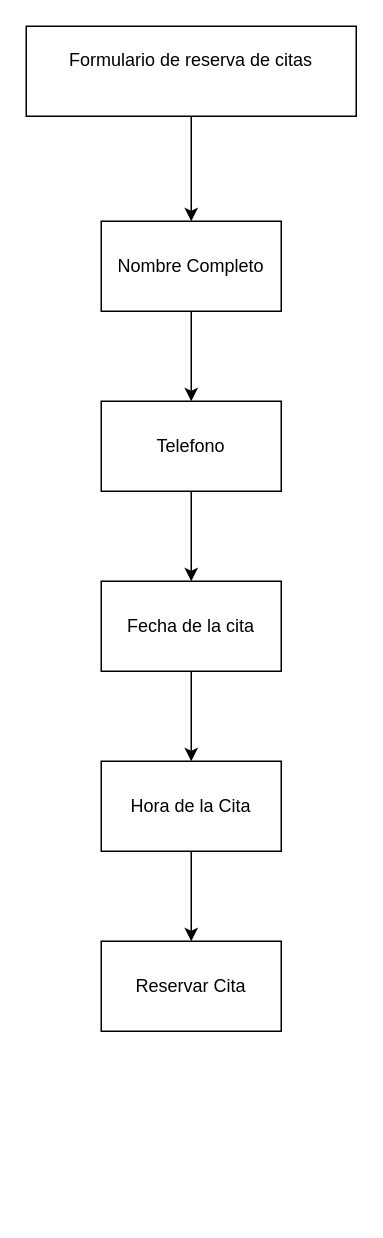
The draw.io diagram docs/analisis/docs/diagramas/wireframe-formulario.drawio in carranzamaravilla/Prototipo-de-Reservas-o-Turnos-Medicos-Cloud, before the edit. Source tidied: cells renumbered, new cells numbered last; positions are measured from the earlier drawing's top-left corner, leaving out a move shared by most shapes. Both pictures are drawn from the tidied source at 150%, with x=0, y=0 at pixel (26, 26).
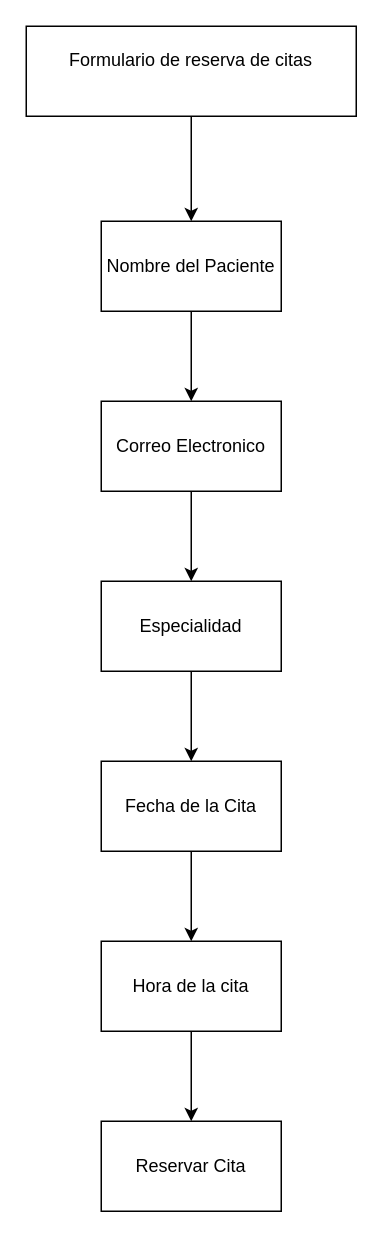
The same page after the edit.

Commit message:
wireframe updated with a new field.

The edit, as a diff of the source:
```diff
@@
 <mxGraphModel>
   <root>
     <mxCell id="0" />
     <mxCell id="1" parent="0" />
     <mxCell id="2" style="edgeStyle=orthogonalEdgeStyle;rounded=0;jettySize=auto;html=1;" parent="1" edge="1" source="3" target="9">
       <mxGeometry relative="1" as="geometry" />
     </mxCell>
     <mxCell id="3" value="&lt;div&gt;Formulario de reserva de citas&lt;/div&gt;&lt;div&gt;&lt;br&gt;&lt;/div&gt;" style="rounded=0;whiteSpace=wrap;html=1;" parent="1" vertex="1">
       <mxGeometry width="220" height="60" as="geometry" />
     </mxCell>
     <mxCell id="4" style="edgeStyle=orthogonalEdgeStyle;rounded=0;jettySize=auto;html=1;" parent="1" edge="1" source="5" target="11">
       <mxGeometry relative="1" as="geometry" />
     </mxCell>
-    <mxCell id="5" value="Fecha de la cita" style="rounded=0;whiteSpace=wrap;html=1;" parent="1" vertex="1">
+    <mxCell id="5" value="Especialidad" style="rounded=0;whiteSpace=wrap;html=1;" parent="1" vertex="1">
       <mxGeometry x="50" y="370" width="120" height="60" as="geometry" />
     </mxCell>
     <mxCell id="6" style="edgeStyle=orthogonalEdgeStyle;rounded=0;jettySize=auto;html=1;" parent="1" edge="1" source="7" target="5">
       <mxGeometry relative="1" as="geometry" />
     </mxCell>
-    <mxCell id="7" value="Telefono" style="rounded=0;whiteSpace=wrap;html=1;" parent="1" vertex="1">
+    <mxCell id="7" value="Correo Electronico" style="rounded=0;whiteSpace=wrap;html=1;" parent="1" vertex="1">
       <mxGeometry x="50" y="250" width="120" height="60" as="geometry" />
     </mxCell>
     <mxCell id="8" style="edgeStyle=orthogonalEdgeStyle;rounded=0;jettySize=auto;html=1;" parent="1" edge="1" source="9" target="7">
       <mxGeometry relative="1" as="geometry" />
     </mxCell>
-    <mxCell id="9" value="Nombre Completo" style="rounded=0;whiteSpace=wrap;html=1;" parent="1" vertex="1">
+    <mxCell id="9" value="Nombre del Paciente" style="rounded=0;whiteSpace=wrap;html=1;" parent="1" vertex="1">
       <mxGeometry x="50" y="130" width="120" height="60" as="geometry" />
     </mxCell>
     <mxCell id="10" style="edgeStyle=orthogonalEdgeStyle;rounded=0;jettySize=auto;html=1;" parent="1" edge="1" source="11" target="12">
       <mxGeometry relative="1" as="geometry" />
     </mxCell>
-    <mxCell id="11" value="Hora de la Cita" style="rounded=0;whiteSpace=wrap;html=1;" parent="1" vertex="1">
+    <mxCell id="11" value="Fecha de la Cita" style="rounded=0;whiteSpace=wrap;html=1;" parent="1" vertex="1">
       <mxGeometry x="50" y="490" width="120" height="60" as="geometry" />
     </mxCell>
+    <mxCell id="13" style="edgeStyle=orthogonalEdgeStyle;rounded=0;jettySize=auto;html=1;" parent="1" edge="1" source="12" target="14">
+      <mxGeometry relative="1" as="geometry" />
+    </mxCell>
-    <mxCell id="12" value="Reservar Cita" style="rounded=0;whiteSpace=wrap;html=1;" parent="1" vertex="1">
+    <mxCell id="12" value="Hora de la cita" style="rounded=0;whiteSpace=wrap;html=1;" parent="1" vertex="1">
       <mxGeometry x="50" y="610" width="120" height="60" as="geometry" />
     </mxCell>
+    <mxCell id="14" value="Reservar Cita" style="rounded=0;whiteSpace=wrap;html=1;" parent="1" vertex="1">
+      <mxGeometry x="50" y="730" width="120" height="60" as="geometry" />
+    </mxCell>
   </root>
 </mxGraphModel>
```
